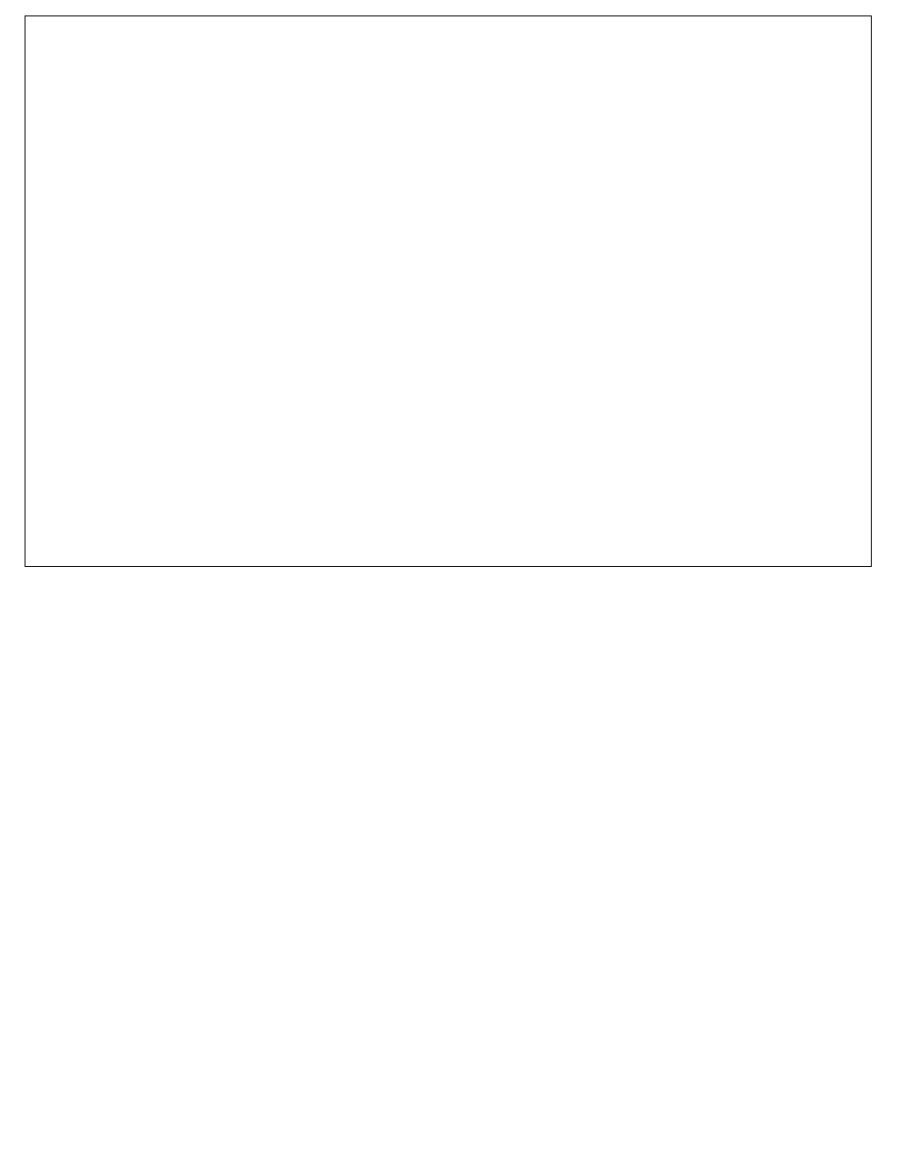
Earlier version of the draw.io diagram mockup.drawio (chuyendq9x/adm). Source tidied: cells renumbered, new cells numbered last; positions are measured from the earlier drawing's top-left corner, leaving out a move shared by most shapes. Both pictures are drawn from the tidied source at 91%, with x=0, y=0 at pixel (25, 15).
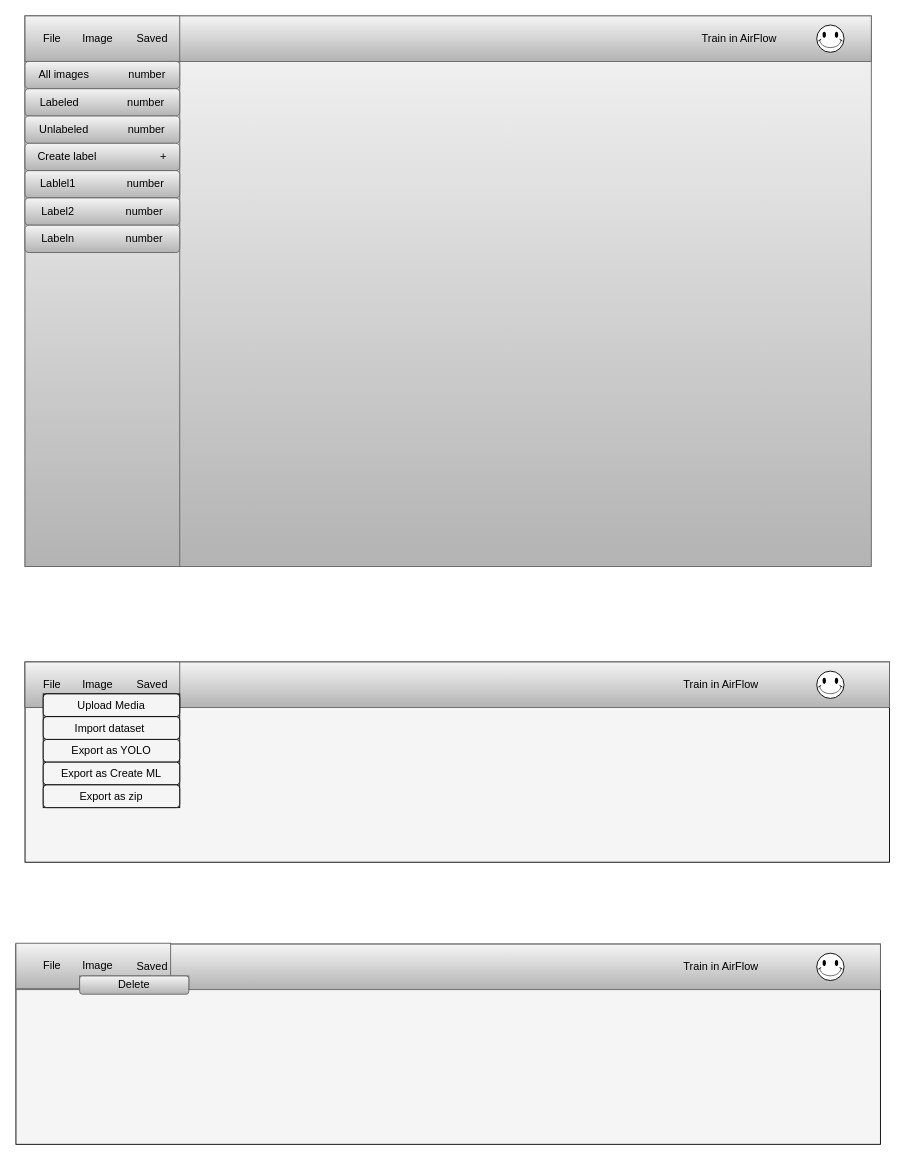
The same diagram, later.

The edit, as a diff of the source:
```diff
@@
+    <mxCell id="3" style="rounded=0;whiteSpace=wrap;html=1;strokeColor=#000000;fillColor=#F5F5F5;" parent="1" vertex="1">
+      <mxGeometry x="-10" y="1020" width="950" height="220" as="geometry" />
+    </mxCell>
+    <mxCell id="4" style="rounded=0;whiteSpace=wrap;html=1;gradientColor=#b3b3b3;fillColor=#f5f5f5;strokeColor=#666666;" parent="1" vertex="1">
+      <mxGeometry x="-10" y="1020" width="950" height="50" as="geometry" />
+    </mxCell>
-    <mxCell id="2" style="rounded=0;whiteSpace=wrap;html=1;" parent="1" vertex="1">
+    <mxCell id="2" style="rounded=0;whiteSpace=wrap;html=1;gradientColor=#b3b3b3;fillColor=#f5f5f5;strokeColor=#666666;" parent="1" vertex="1">
       <mxGeometry width="930" height="605" as="geometry" />
     </mxCell>
+    <mxCell id="5" style="rounded=0;whiteSpace=wrap;html=1;gradientColor=#b3b3b3;fillColor=#f5f5f5;strokeColor=#666666;" parent="1" vertex="1">
+      <mxGeometry width="930" height="50" as="geometry" />
+    </mxCell>
+    <mxCell id="6" style="rounded=0;whiteSpace=wrap;html=1;strokeColor=#666666;gradientColor=#b3b3b3;fillColor=#f5f5f5;" parent="1" vertex="1">
+      <mxGeometry width="170" height="50" as="geometry" />
+    </mxCell>
+    <mxCell id="7" value="File" style="text;html=1;strokeColor=none;fillColor=none;align=center;verticalAlign=middle;whiteSpace=wrap;rounded=0;" parent="1" vertex="1">
+      <mxGeometry x="10" y="15" width="40" height="20" as="geometry" />
+    </mxCell>
+    <mxCell id="8" value="Image" style="text;html=1;align=center;verticalAlign=middle;whiteSpace=wrap;rounded=0;" parent="1" vertex="1">
+      <mxGeometry x="60" y="15" width="40" height="20" as="geometry" />
+    </mxCell>
+    <mxCell id="9" value="Saved" style="text;html=1;strokeColor=none;fillColor=none;align=center;verticalAlign=middle;whiteSpace=wrap;rounded=0;" parent="1" vertex="1">
+      <mxGeometry x="120" y="15" width="40" height="20" as="geometry" />
+    </mxCell>
+    <mxCell id="10" value="Train in AirFlow" style="text;html=1;align=center;verticalAlign=middle;whiteSpace=wrap;rounded=0;" parent="1" vertex="1">
+      <mxGeometry x="730" y="15" width="110" height="20" as="geometry" />
+    </mxCell>
+    <mxCell id="11" style="verticalLabelPosition=bottom;verticalAlign=top;html=1;shape=mxgraph.basic.smiley;strokeColor=#000000;" parent="1" vertex="1">
+      <mxGeometry x="870" y="10" width="30" height="30" as="geometry" />
+    </mxCell>
+    <mxCell id="12" style="rounded=0;whiteSpace=wrap;html=1;strokeColor=#666666;gradientColor=#b3b3b3;fillColor=#F5F5F5;" parent="1" vertex="1">
+      <mxGeometry y="50" width="170" height="555" as="geometry" />
+    </mxCell>
+    <mxCell id="13" value="All images&amp;nbsp; &amp;nbsp; &amp;nbsp; &amp;nbsp; &amp;nbsp; &amp;nbsp; &amp;nbsp;number" style="rounded=1;whiteSpace=wrap;html=1;strokeColor=#666666;gradientColor=#b3b3b3;fillColor=#f5f5f5;" parent="1" vertex="1">
+      <mxGeometry y="50" width="170" height="30" as="geometry" />
+    </mxCell>
+    <mxCell id="14" value="Labeled&amp;nbsp; &amp;nbsp; &amp;nbsp; &amp;nbsp; &amp;nbsp; &amp;nbsp; &amp;nbsp; &amp;nbsp; number" style="rounded=1;whiteSpace=wrap;html=1;strokeColor=#666666;gradientColor=#b3b3b3;fillColor=#f5f5f5;" parent="1" vertex="1">
+      <mxGeometry y="80" width="170" height="30" as="geometry" />
+    </mxCell>
+    <mxCell id="15" value="Unlabeled&amp;nbsp; &amp;nbsp; &amp;nbsp; &amp;nbsp; &amp;nbsp; &amp;nbsp; &amp;nbsp;number" style="rounded=1;whiteSpace=wrap;html=1;strokeColor=#666666;gradientColor=#b3b3b3;fillColor=#f5f5f5;" parent="1" vertex="1">
+      <mxGeometry y="110" width="170" height="30" as="geometry" />
+    </mxCell>
+    <mxCell id="16" value="Create label&amp;nbsp; &amp;nbsp; &amp;nbsp; &amp;nbsp; &amp;nbsp; &amp;nbsp; &amp;nbsp; &amp;nbsp; &amp;nbsp; &amp;nbsp; &amp;nbsp;+" style="rounded=1;whiteSpace=wrap;html=1;strokeColor=#666666;gradientColor=#b3b3b3;fillColor=#f5f5f5;" parent="1" vertex="1">
+      <mxGeometry y="140" width="170" height="30" as="geometry" />
+    </mxCell>
+    <mxCell id="17" value="Lablel1&amp;nbsp; &amp;nbsp; &amp;nbsp; &amp;nbsp; &amp;nbsp; &amp;nbsp; &amp;nbsp; &amp;nbsp; &amp;nbsp;number" style="rounded=1;whiteSpace=wrap;html=1;strokeColor=#666666;gradientColor=#b3b3b3;fillColor=#f5f5f5;" parent="1" vertex="1">
+      <mxGeometry y="170" width="170" height="30" as="geometry" />
+    </mxCell>
+    <mxCell id="18" value="Label2&amp;nbsp; &amp;nbsp; &amp;nbsp; &amp;nbsp; &amp;nbsp; &amp;nbsp; &amp;nbsp; &amp;nbsp; &amp;nbsp;number" style="rounded=1;whiteSpace=wrap;html=1;strokeColor=#666666;gradientColor=#b3b3b3;fillColor=#f5f5f5;" parent="1" vertex="1">
+      <mxGeometry y="200" width="170" height="30" as="geometry" />
+    </mxCell>
+    <mxCell id="19" value="Labeln&amp;nbsp; &amp;nbsp; &amp;nbsp; &amp;nbsp; &amp;nbsp; &amp;nbsp; &amp;nbsp; &amp;nbsp; &amp;nbsp;number" style="rounded=1;whiteSpace=wrap;html=1;strokeColor=#666666;gradientColor=#b3b3b3;fillColor=#f5f5f5;" parent="1" vertex="1">
+      <mxGeometry y="230" width="170" height="30" as="geometry" />
+    </mxCell>
+    <mxCell id="20" style="rounded=0;whiteSpace=wrap;html=1;strokeColor=#000000;fillColor=#F5F5F5;" parent="1" vertex="1">
+      <mxGeometry y="710" width="950" height="220" as="geometry" />
+    </mxCell>
+    <mxCell id="21" style="rounded=0;whiteSpace=wrap;html=1;gradientColor=#b3b3b3;fillColor=#f5f5f5;strokeColor=#666666;" parent="1" vertex="1">
+      <mxGeometry y="710" width="950" height="50" as="geometry" />
+    </mxCell>
+    <mxCell id="22" style="rounded=0;whiteSpace=wrap;html=1;strokeColor=#666666;gradientColor=#b3b3b3;fillColor=#f5f5f5;" parent="1" vertex="1">
+      <mxGeometry y="710" width="170" height="50" as="geometry" />
+    </mxCell>
+    <mxCell id="23" value="Train in AirFlow" style="text;html=1;align=center;verticalAlign=middle;whiteSpace=wrap;rounded=0;" parent="1" vertex="1">
+      <mxGeometry x="710" y="725" width="110" height="20" as="geometry" />
+    </mxCell>
+    <mxCell id="24" style="verticalLabelPosition=bottom;verticalAlign=top;html=1;shape=mxgraph.basic.smiley;strokeColor=#000000;" parent="1" vertex="1">
+      <mxGeometry x="870" y="720" width="30" height="30" as="geometry" />
+    </mxCell>
+    <mxCell id="25" style="edgeStyle=orthogonalEdgeStyle;rounded=0;jettySize=auto;html=1;" parent="1" edge="1" source="26" target="32">
+      <mxGeometry relative="1" as="geometry" />
+    </mxCell>
+    <mxCell id="26" value="File" style="text;html=1;strokeColor=none;fillColor=none;align=center;verticalAlign=middle;whiteSpace=wrap;rounded=0;" parent="1" vertex="1">
+      <mxGeometry x="10" y="725" width="40" height="20" as="geometry" />
+    </mxCell>
+    <mxCell id="27" style="rounded=0;whiteSpace=wrap;html=1;strokeColor=#000000;fillColor=#F5F5F5;" parent="1" vertex="1">
+      <mxGeometry x="20" y="745" width="150" height="125" as="geometry" />
+    </mxCell>
+    <mxCell id="28" value="Upload Media" style="rounded=1;whiteSpace=wrap;html=1;strokeColor=#000000;fillColor=#F5F5F5;" parent="1" vertex="1">
+      <mxGeometry x="20" y="745" width="150" height="25" as="geometry" />
+    </mxCell>
+    <mxCell id="29" value="Export as YOLO" style="rounded=1;whiteSpace=wrap;html=1;strokeColor=#000000;fillColor=#F5F5F5;" parent="1" vertex="1">
+      <mxGeometry x="20" y="795" width="150" height="25" as="geometry" />
+    </mxCell>
+    <mxCell id="30" value="Export as Create ML" style="rounded=1;whiteSpace=wrap;html=1;strokeColor=#000000;fillColor=#F5F5F5;" parent="1" vertex="1">
+      <mxGeometry x="20" y="820" width="150" height="25" as="geometry" />
+    </mxCell>
+    <mxCell id="31" value="Export as zip" style="rounded=1;whiteSpace=wrap;html=1;strokeColor=#000000;fillColor=#F5F5F5;" parent="1" vertex="1">
+      <mxGeometry x="20" y="845" width="150" height="25" as="geometry" />
+    </mxCell>
+    <mxCell id="32" value="Import dataset&amp;nbsp;" style="rounded=1;whiteSpace=wrap;html=1;strokeColor=#000000;fillColor=#F5F5F5;" parent="1" vertex="1">
+      <mxGeometry x="20" y="770" width="150" height="25" as="geometry" />
+    </mxCell>
+    <mxCell id="33" style="rounded=0;whiteSpace=wrap;html=1;strokeColor=#666666;gradientColor=#b3b3b3;fillColor=#f5f5f5;" parent="1" vertex="1">
+      <mxGeometry x="-10" y="1019" width="170" height="50" as="geometry" />
+    </mxCell>
+    <mxCell id="34" value="Train in AirFlow" style="text;html=1;align=center;verticalAlign=middle;whiteSpace=wrap;rounded=0;" parent="1" vertex="1">
+      <mxGeometry x="710" y="1035" width="110" height="20" as="geometry" />
+    </mxCell>
+    <mxCell id="35" style="verticalLabelPosition=bottom;verticalAlign=top;html=1;shape=mxgraph.basic.smiley;strokeColor=#000000;" parent="1" vertex="1">
+      <mxGeometry x="870" y="1030" width="30" height="30" as="geometry" />
+    </mxCell>
+    <mxCell id="36" value="File" style="text;html=1;strokeColor=none;fillColor=none;align=center;verticalAlign=middle;whiteSpace=wrap;rounded=0;" parent="1" vertex="1">
+      <mxGeometry x="10" y="1034" width="40" height="20" as="geometry" />
+    </mxCell>
+    <mxCell id="37" value="Image" style="text;html=1;align=center;verticalAlign=middle;whiteSpace=wrap;rounded=0;" parent="1" vertex="1">
+      <mxGeometry x="60" y="725" width="40" height="20" as="geometry" />
+    </mxCell>
+    <mxCell id="38" value="Saved" style="text;html=1;strokeColor=none;fillColor=none;align=center;verticalAlign=middle;whiteSpace=wrap;rounded=0;" parent="1" vertex="1">
+      <mxGeometry x="120" y="725" width="40" height="20" as="geometry" />
+    </mxCell>
+    <mxCell id="39" value="Image" style="text;html=1;align=center;verticalAlign=middle;whiteSpace=wrap;rounded=0;" parent="1" vertex="1">
+      <mxGeometry x="60" y="1034" width="40" height="20" as="geometry" />
+    </mxCell>
+    <mxCell id="40" value="Saved" style="text;html=1;strokeColor=none;fillColor=none;align=center;verticalAlign=middle;whiteSpace=wrap;rounded=0;" parent="1" vertex="1">
+      <mxGeometry x="120" y="1035" width="40" height="20" as="geometry" />
+    </mxCell>
+    <mxCell id="41" style="rounded=0;whiteSpace=wrap;html=1;strokeColor=#666666;fillColor=#f5f5f5;gradientColor=#b3b3b3;" parent="1" vertex="1">
+      <mxGeometry x="60" y="1055" width="120" height="15" as="geometry" />
+    </mxCell>
+    <mxCell id="42" value="Delete" style="rounded=1;whiteSpace=wrap;html=1;strokeColor=#666666;fillColor=#f5f5f5;gradientColor=#b3b3b3;" parent="1" vertex="1">
+      <mxGeometry x="60" y="1055" width="120" height="20" as="geometry" />
+    </mxCell>
```
